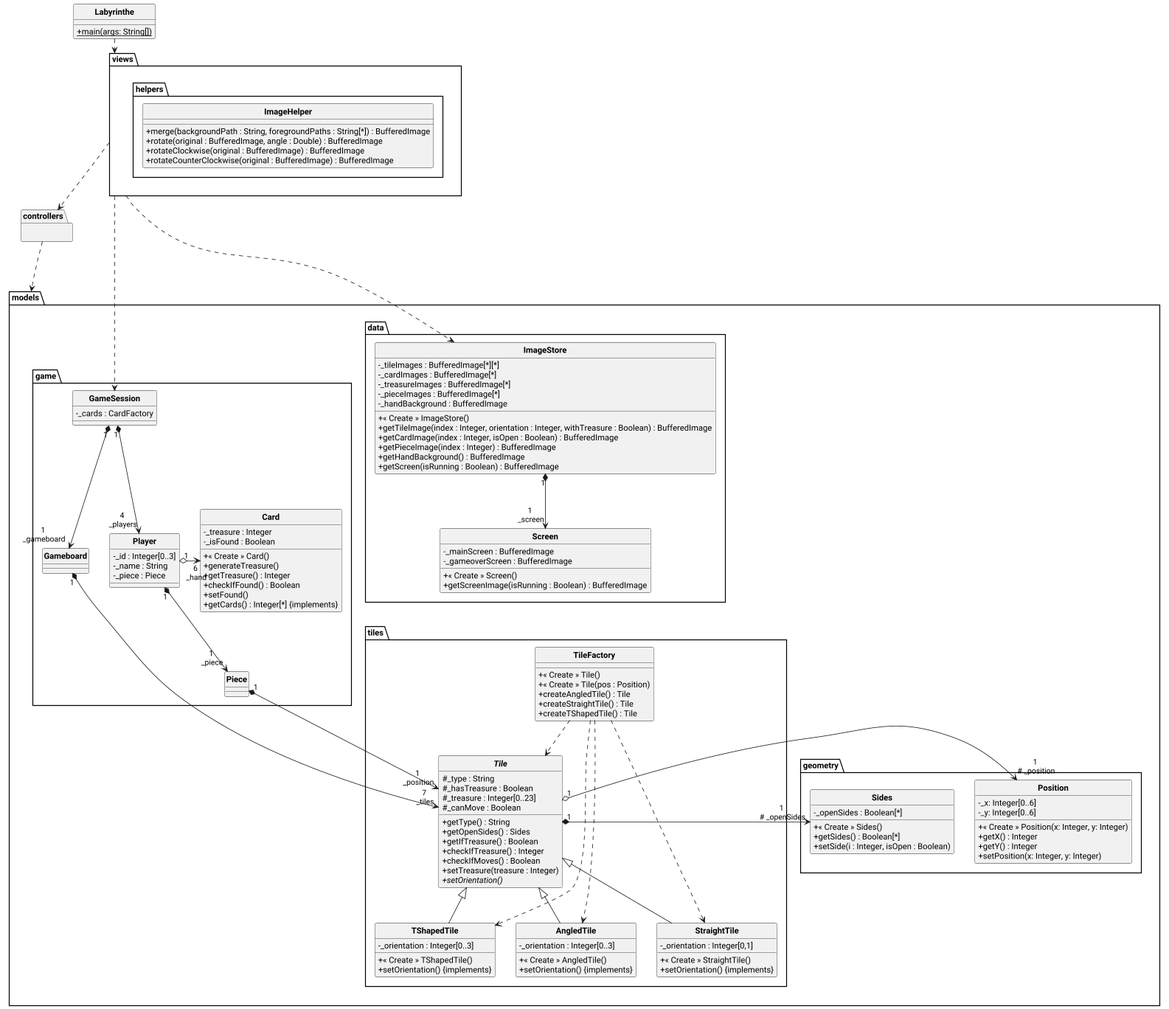
Before: uml/Labyrinthe.png, a diagram exported from PlantUML (ElenaFri/labyrinthe).
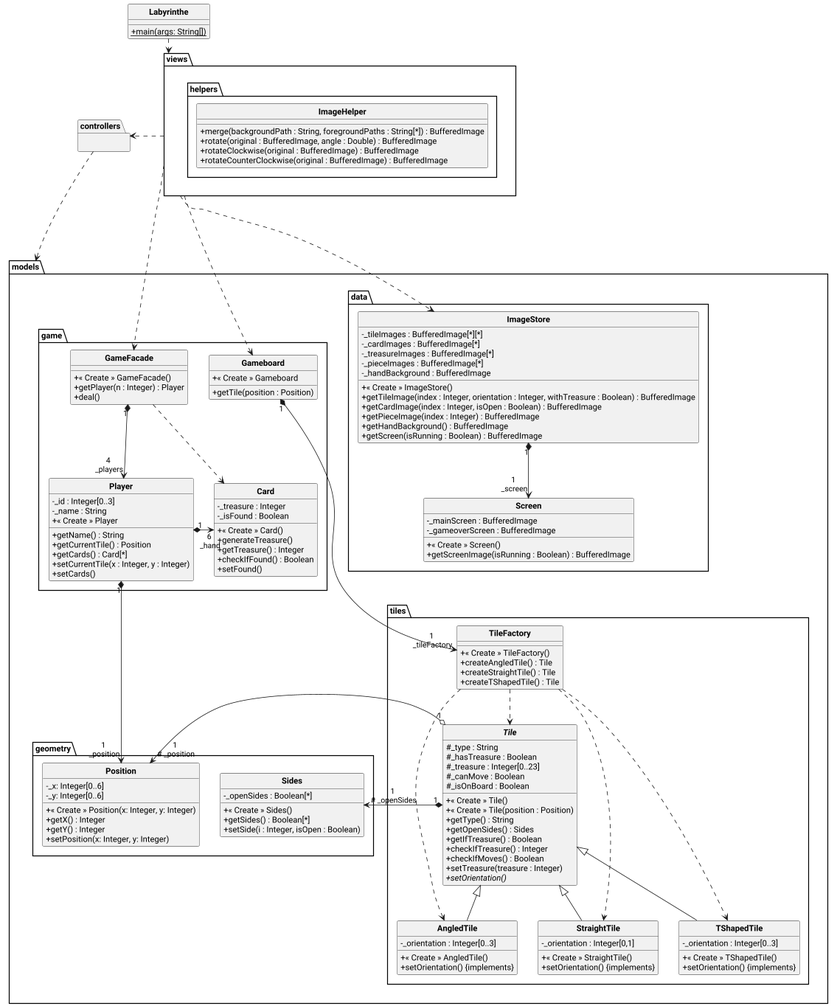
Later version of the same file.

Commit message:
v1 du modèle terminé

Diff of the diagram source:
```diff
@@ -31,8 +31,7 @@
 {
 	package tiles {
 		class TileFactory {
-			+ « Create » Tile()
-			+ « Create » Tile(pos : Position)
+			+ « Create » TileFactory()
 			+ createAngledTile() : Tile
 			+ createStraightTile() : Tile
 			+ createTShapedTile() : Tile
@@ -43,6 +42,9 @@
 			# _hasTreasure : Boolean
 			# _treasure : Integer[0..23]
 			# _canMove : Boolean
+			# _isOnBoard : Boolean
+			+ « Create » Tile()
+			+ « Create » Tile(position : Position)
 			+ getType() : String
 			+ getOpenSides() : Sides
 			+ getIfTreasure() : Boolean
@@ -87,12 +89,17 @@
 	}
 
 	package game {
-		class GameSession {
-		    - _cards : CardFactory
+
+		class GameFacade {
+            + « Create » GameFacade()
+            + getPlayer(n : Integer) : Player
+            + deal()
 		}
 
-
-		class Gameboard {}
+		class Gameboard {
+            + « Create » Gameboard
+            + getTile(position : Position)
+		}
 
 		class Card {
 		    - _treasure : Integer
@@ -102,15 +109,17 @@
             + getTreasure() : Integer
             + checkIfFound() : Boolean
             + setFound()
-            + getCards() : Integer[*] {implements}
 		}
 
 		class Player {
 			- _id : Integer[0..3]
 			- _name : String
-			- _piece : Piece
-		}
-		class Piece {
+			+ « Create » Player
+			+ getName() : String
+			+ getCurrentTile() : Position
+			+ getCards() : Card[*]
+			+ setCurrentTile(x : Integer, y : Integer)
+			+ setCards()
 		}
     }
 
@@ -139,16 +148,17 @@
 }
 
 Labyrinthe ..> views
-controllers ...> models
 views ....> ImageStore
-views ....> GameSession
+views ....> GameFacade
+views ....> Gameboard
 views .> controllers
-Gameboard "1" *---> "7\n _tiles" Tile
-Player "1" o-> "6\n _hand" Card
-Player "1" *--> "1\n _piece" Piece
-Piece "1" *--> "1\n _position" Tile
-GameSession "1" *--> "4\n _players" Player
-GameSession "1" *--> "1\n _gameboard" Gameboard
+controllers ..> models
+
+Gameboard "1" *---> "1\n _tileFactory" TileFactory
+Player "1" *-> "6\n _hand" Card
+Player "1" *--> "1\n _position" Position
+GameFacade "1" *--> "4\n _players" Player
+GameFacade ..> Card
 ImageStore "1" *--> "1\n _screen" Screen
 Tile "1" o-> "1\n # _position" Position
 Tile "1" *-> "1\n # _openSides" Sides
```
